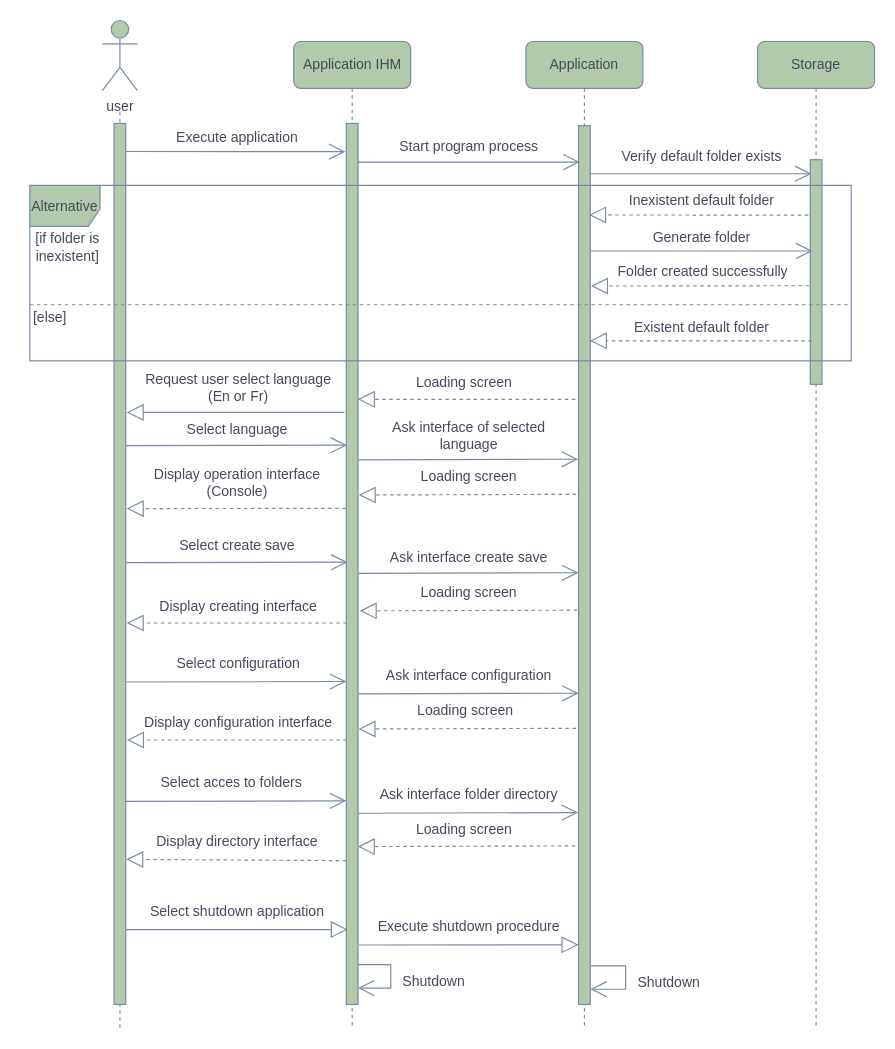
Weicheng178/UML keeps this draw.io diagram as console diagram.drawio. Above is the earlier version. Source tidied: cells renumbered, new cells numbered last; positions are measured from the earlier drawing's top-left corner, leaving out a move shared by most shapes. Both pictures are drawn from the tidied source at 117%, with x=0, y=0 at pixel (20, 20).
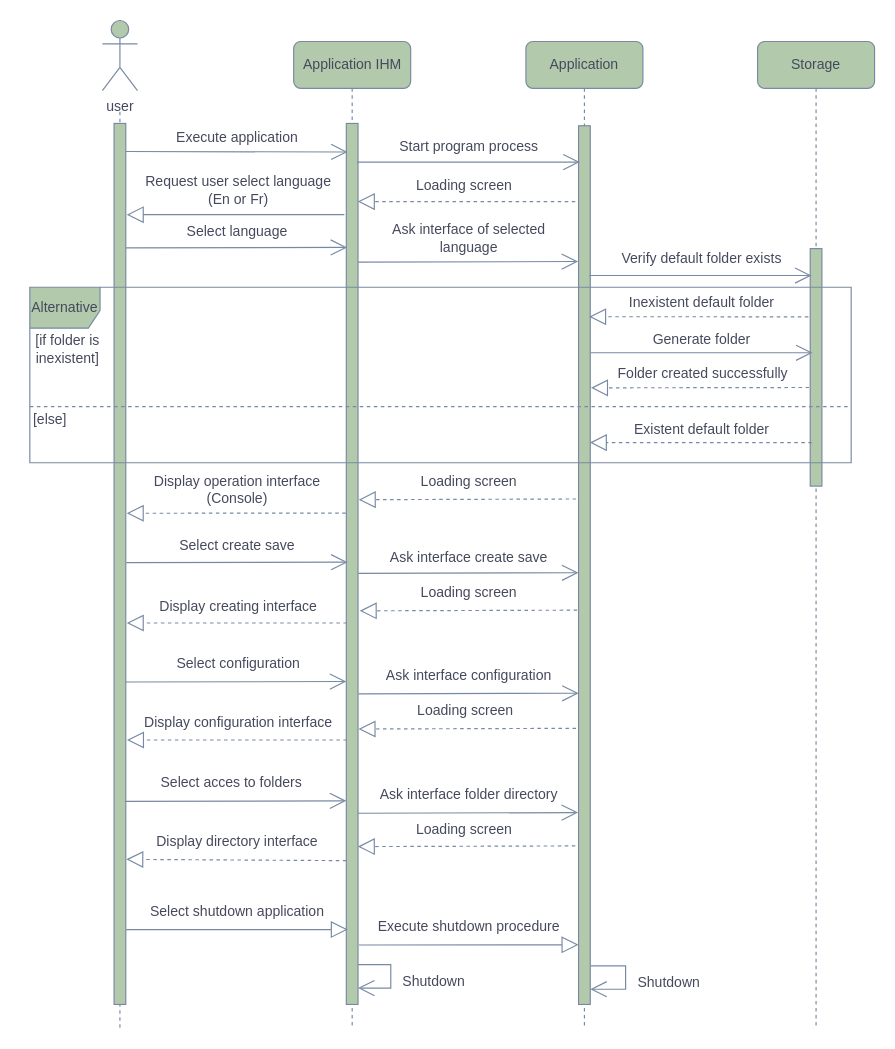
Above is the later version.

Unchanged cells that the change refers to:
```xml
<mxCell id="8" style="html=1;points=[];perimeter=orthogonalPerimeter;rounded=0;glass=0;labelBackgroundColor=none;fillStyle=auto;fillColor=#B2C9AB;strokeColor=#788AA3;fontColor=#46495D;" parent="1" vertex="1">
  <mxGeometry x="278.5" y="88" width="10" height="753" as="geometry" />
</mxCell>
```

The edit, as a diff of the source:
```diff
@@
-    <mxCell id="10" style="html=1;perimeter=orthogonalPerimeter;rounded=0;glass=0;labelBackgroundColor=none;fillStyle=auto;fillColor=#B2C9AB;strokeColor=#788AA3;fontColor=#46495D;" parent="1" vertex="1">
-      <mxGeometry x="675" y="119" width="10" height="192" as="geometry" />
-    </mxCell>
-    <mxCell id="11" style="endArrow=block;dashed=1;endFill=0;endSize=12;html=1;rounded=1;exitX=-0.161;exitY=0.058;exitDx=0;exitDy=0;exitPerimeter=0;strokeColor=#788AA3;fontColor=#46495D;" parent="1" edge="1">
-      <mxGeometry relative="1" as="geometry">
-        <mxPoint x="673.4" y="166.4" as="sourcePoint" />
-        <mxPoint x="486" y="166.2" as="targetPoint" />
-      </mxGeometry>
-    </mxCell>
-    <mxCell id="12" style="endArrow=block;dashed=1;endFill=0;endSize=12;html=1;rounded=1;strokeColor=#788AA3;fontColor=#46495D;" parent="1" edge="1">
-      <mxGeometry relative="1" as="geometry">
-        <mxPoint x="474.2" y="323.8" as="sourcePoint" />
-        <mxPoint x="288.3" y="323.8" as="targetPoint" />
-      </mxGeometry>
-    </mxCell>
-    <mxCell id="13" style="endArrow=open;endFill=1;endSize=12;html=1;rounded=1;targetPerimeterSpacing=-4;sourcePerimeterSpacing=3;strokeColor=#788AA3;fontColor=#46495D;" parent="1" edge="1">
-      <mxGeometry relative="1" as="geometry">
-        <mxPoint x="487" y="197" as="sourcePoint" />
-        <mxPoint x="677" y="197" as="targetPoint" />
-      </mxGeometry>
-    </mxCell>
-    <mxCell id="14" style="endArrow=block;dashed=1;endFill=0;endSize=12;html=1;rounded=1;targetPerimeterSpacing=-4;sourcePerimeterSpacing=3;strokeColor=#788AA3;fontColor=#46495D;" parent="1" edge="1">
-      <mxGeometry relative="1" as="geometry">
-        <mxPoint x="676.4" y="273.8" as="sourcePoint" />
-        <mxPoint x="486.6" y="273.8" as="targetPoint" />
-      </mxGeometry>
-    </mxCell>
-    <mxCell id="15" value="Execute application" style="text;html=1;align=center;verticalAlign=middle;strokeColor=none;fillColor=none;rounded=1;fontColor=#46495D;" parent="1" vertex="1">
-      <mxGeometry x="120" y="85" width="130" height="30" as="geometry" />
-    </mxCell>
-    <mxCell id="16" style="endArrow=open;endFill=1;endSize=12;html=1;rounded=1;entryX=-0.078;entryY=0.032;entryDx=0;entryDy=0;entryPerimeter=0;strokeColor=#788AA3;fontColor=#46495D;" parent="1" edge="1" target="8">
-      <mxGeometry relative="1" as="geometry">
-        <mxPoint x="90" y="112" as="sourcePoint" />
-      </mxGeometry>
-    </mxCell>
-    <mxCell id="17" value="Start program process" style="text;html=1;align=center;verticalAlign=middle;strokeColor=none;fillColor=none;rounded=1;fontColor=#46495D;" parent="1" vertex="1">
-      <mxGeometry x="313" y="93" width="140" height="30" as="geometry" />
-    </mxCell>
-    <mxCell id="18" style="endArrow=open;endFill=1;endSize=12;html=1;rounded=1;exitX=0.913;exitY=0.022;exitDx=0;exitDy=0;exitPerimeter=0;strokeColor=#788AA3;fontColor=#46495D;" parent="1" edge="1">
-      <mxGeometry relative="1" as="geometry">
-        <mxPoint x="287.6" y="121" as="sourcePoint" />
-        <mxPoint x="478" y="121" as="targetPoint" />
-      </mxGeometry>
-    </mxCell>
-    <mxCell id="19" style="endArrow=block;dashed=1;endFill=0;endSize=12;html=1;rounded=1;exitX=-0.125;exitY=0.144;exitDx=0;exitDy=0;exitPerimeter=0;strokeColor=#788AA3;fontColor=#46495D;" parent="1" edge="1">
-      <mxGeometry relative="1" as="geometry">
-        <mxPoint x="278" y="417" as="sourcePoint" />
-        <mxPoint x="90.8" y="417.2" as="targetPoint" />
-      </mxGeometry>
-    </mxCell>
-    <mxCell id="20" value="Verify default folder exists" style="text;html=1;align=center;verticalAlign=middle;strokeColor=none;fillColor=none;rounded=1;fontColor=#46495D;" parent="1" vertex="1">
-      <mxGeometry x="501.5" y="102" width="160" height="30" as="geometry" />
-    </mxCell>
-    <mxCell id="21" value="Alternative" style="shape=umlFrame;whiteSpace=wrap;html=1;width=60;height=35;fillColor=#B2C9AB;strokeColor=#788AA3;fontColor=#46495D;" parent="1" vertex="1">
-      <mxGeometry x="8" y="141" width="702" height="150" as="geometry" />
-    </mxCell>
-    <mxCell id="22" value="Loading screen" style="text;html=1;align=center;verticalAlign=middle;strokeColor=none;fillColor=none;rounded=1;fontColor=#46495D;" parent="1" vertex="1">
-      <mxGeometry x="324" y="295" width="110" height="30" as="geometry" />
-    </mxCell>
-    <mxCell id="23" value="[if folder is &lt;br&gt;inexistent]" style="text;html=1;align=center;verticalAlign=middle;strokeColor=none;fillColor=none;fontColor=#46495D;" parent="1" vertex="1">
-      <mxGeometry y="174" width="80" height="40" as="geometry" />
-    </mxCell>
-    <mxCell id="24" value="[else]" style="text;html=1;align=center;verticalAlign=middle;strokeColor=none;fillColor=none;fontColor=#46495D;" parent="1" vertex="1">
-      <mxGeometry y="239" width="50" height="30" as="geometry" />
-    </mxCell>
-    <mxCell id="25" value="Inexistent default folder" style="text;html=1;align=center;verticalAlign=middle;strokeColor=none;fillColor=none;rounded=1;fontColor=#46495D;" parent="1" vertex="1">
-      <mxGeometry x="507" y="139.2" width="150" height="30" as="geometry" />
-    </mxCell>
-    <mxCell id="26" style="line;strokeWidth=1;fillColor=none;align=left;verticalAlign=middle;spacingTop=-1;spacingLeft=3;spacingRight=3;labelPosition=right;dashed=1;strokeColor=#788AA3;fontColor=#46495D;" parent="1" vertex="1">
-      <mxGeometry x="8" y="239" width="700" height="8" as="geometry" />
-    </mxCell>
-    <mxCell id="27" value="Generate folder" style="text;html=1;align=center;verticalAlign=middle;strokeColor=none;fillColor=none;rounded=1;fontColor=#46495D;" parent="1" vertex="1">
-      <mxGeometry x="527.4" y="171" width="110" height="30" as="geometry" />
-    </mxCell>
-    <mxCell id="28" value="Existent default folder" style="text;html=1;align=center;verticalAlign=middle;strokeColor=none;fillColor=none;rounded=1;fontColor=#46495D;" parent="1" vertex="1">
-      <mxGeometry x="511.5" y="248" width="140" height="30" as="geometry" />
-    </mxCell>
-    <mxCell id="29" value="Display operation interface&lt;br&gt;(Console)" style="text;html=1;align=center;verticalAlign=middle;strokeColor=none;fillColor=none;rounded=1;fontColor=#46495D;" parent="1" vertex="1">
-      <mxGeometry x="100" y="375" width="170" height="40" as="geometry" />
-    </mxCell>
-    <mxCell id="30" style="endArrow=open;endFill=1;endSize=12;html=1;rounded=1;targetPerimeterSpacing=-4;sourcePerimeterSpacing=3;strokeColor=#788AA3;fontColor=#46495D;" parent="1" edge="1">
-      <mxGeometry relative="1" as="geometry">
-        <mxPoint x="486.1" y="131" as="sourcePoint" />
-        <mxPoint x="676.1" y="131" as="targetPoint" />
-      </mxGeometry>
-    </mxCell>
-    <mxCell id="31" style="endArrow=block;dashed=1;endFill=0;endSize=12;html=1;rounded=1;targetPerimeterSpacing=-4;sourcePerimeterSpacing=3;exitX=-0.099;exitY=0.603;exitDx=0;exitDy=0;exitPerimeter=0;strokeColor=#788AA3;fontColor=#46495D;" parent="1" edge="1">
-      <mxGeometry relative="1" as="geometry">
-        <mxPoint x="674" y="226.7" as="sourcePoint" />
-        <mxPoint x="487.6" y="227" as="targetPoint" />
-      </mxGeometry>
-    </mxCell>
-    <mxCell id="32" value="Folder created successfully" style="text;html=1;align=center;verticalAlign=middle;strokeColor=none;fillColor=none;rounded=1;fontColor=#46495D;" parent="1" vertex="1">
-      <mxGeometry x="497.5" y="200" width="170" height="30" as="geometry" />
-    </mxCell>
@@
+    <mxCell id="73" style="html=1;perimeter=orthogonalPerimeter;rounded=0;glass=0;labelBackgroundColor=none;fillStyle=auto;fillColor=#B2C9AB;strokeColor=#788AA3;fontColor=#46495D;" parent="1" vertex="1">
+      <mxGeometry x="675" y="195" width="10" height="203" as="geometry" />
+    </mxCell>
+    <mxCell id="74" style="endArrow=block;dashed=1;endFill=0;endSize=12;html=1;rounded=1;exitX=-0.161;exitY=0.058;exitDx=0;exitDy=0;exitPerimeter=0;strokeColor=#788AA3;fontColor=#46495D;" parent="1" edge="1">
+      <mxGeometry relative="1" as="geometry">
+        <mxPoint x="673.4" y="253.3" as="sourcePoint" />
+        <mxPoint x="486" y="253.2" as="targetPoint" />
+      </mxGeometry>
+    </mxCell>
+    <mxCell id="75" style="endArrow=block;dashed=1;endFill=0;endSize=12;html=1;rounded=1;strokeColor=#788AA3;fontColor=#46495D;" parent="1" edge="1">
+      <mxGeometry relative="1" as="geometry">
+        <mxPoint x="474.2" y="154.8" as="sourcePoint" />
+        <mxPoint x="288.3" y="154.8" as="targetPoint" />
+      </mxGeometry>
+    </mxCell>
+    <mxCell id="76" style="endArrow=open;endFill=1;endSize=12;html=1;rounded=1;targetPerimeterSpacing=-4;sourcePerimeterSpacing=3;strokeColor=#788AA3;fontColor=#46495D;" parent="1" edge="1">
+      <mxGeometry relative="1" as="geometry">
+        <mxPoint x="487" y="284" as="sourcePoint" />
+        <mxPoint x="677" y="284" as="targetPoint" />
+      </mxGeometry>
+    </mxCell>
+    <mxCell id="77" style="endArrow=block;dashed=1;endFill=0;endSize=12;html=1;rounded=1;targetPerimeterSpacing=-4;sourcePerimeterSpacing=3;strokeColor=#788AA3;fontColor=#46495D;" parent="1" edge="1">
+      <mxGeometry relative="1" as="geometry">
+        <mxPoint x="676.4" y="360.8" as="sourcePoint" />
+        <mxPoint x="486.6" y="360.8" as="targetPoint" />
+      </mxGeometry>
+    </mxCell>
+    <mxCell id="15" value="Execute application" style="text;html=1;align=center;verticalAlign=middle;strokeColor=none;fillColor=none;rounded=1;fontColor=#46495D;" parent="1" vertex="1">
+      <mxGeometry x="120" y="85" width="130" height="30" as="geometry" />
+    </mxCell>
+    <mxCell id="78" style="endArrow=open;endFill=1;endSize=12;html=1;rounded=1;entryX=0.118;entryY=0.021;entryDx=0;entryDy=0;entryPerimeter=0;strokeColor=#788AA3;fontColor=#46495D;" parent="1" edge="1">
+      <mxGeometry relative="1" as="geometry">
+        <mxPoint x="90" y="112" as="sourcePoint" />
+        <mxPoint x="279.6" y="112.4" as="targetPoint" />
+      </mxGeometry>
+    </mxCell>
+    <mxCell id="17" value="Start program process" style="text;html=1;align=center;verticalAlign=middle;strokeColor=none;fillColor=none;rounded=1;fontColor=#46495D;" parent="1" vertex="1">
+      <mxGeometry x="313" y="93" width="140" height="30" as="geometry" />
+    </mxCell>
+    <mxCell id="79" style="endArrow=open;endFill=1;endSize=12;html=1;rounded=1;exitX=0.913;exitY=0.022;exitDx=0;exitDy=0;exitPerimeter=0;strokeColor=#788AA3;fontColor=#46495D;" parent="1" edge="1">
+      <mxGeometry relative="1" as="geometry">
+        <mxPoint x="287.6" y="121" as="sourcePoint" />
+        <mxPoint x="478" y="121" as="targetPoint" />
+      </mxGeometry>
+    </mxCell>
+    <mxCell id="80" style="endArrow=block;dashed=1;endFill=0;endSize=12;html=1;rounded=1;exitX=-0.125;exitY=0.144;exitDx=0;exitDy=0;exitPerimeter=0;strokeColor=#788AA3;fontColor=#46495D;" parent="1" edge="1">
+      <mxGeometry relative="1" as="geometry">
+        <mxPoint x="278" y="421" as="sourcePoint" />
+        <mxPoint x="90.8" y="421.2" as="targetPoint" />
+      </mxGeometry>
+    </mxCell>
+    <mxCell id="20" value="Verify default folder exists" style="text;html=1;align=center;verticalAlign=middle;strokeColor=none;fillColor=none;rounded=1;fontColor=#46495D;" parent="1" vertex="1">
+      <mxGeometry x="501.5" y="189" width="160" height="30" as="geometry" />
+    </mxCell>
+    <mxCell id="21" value="Alternative" style="shape=umlFrame;whiteSpace=wrap;html=1;width=60;height=35;fillColor=#B2C9AB;strokeColor=#788AA3;fontColor=#46495D;" parent="1" vertex="1">
+      <mxGeometry x="8" y="228" width="702" height="150" as="geometry" />
+    </mxCell>
+    <mxCell id="81" value="Loading screen" style="text;html=1;align=center;verticalAlign=middle;strokeColor=none;fillColor=none;rounded=1;fontColor=#46495D;" parent="1" vertex="1">
+      <mxGeometry x="324" y="126" width="110" height="30" as="geometry" />
+    </mxCell>
+    <mxCell id="23" value="[if folder is &lt;br&gt;inexistent]" style="text;html=1;align=center;verticalAlign=middle;strokeColor=none;fillColor=none;fontColor=#46495D;" parent="1" vertex="1">
+      <mxGeometry y="261" width="80" height="40" as="geometry" />
+    </mxCell>
+    <mxCell id="24" value="[else]" style="text;html=1;align=center;verticalAlign=middle;strokeColor=none;fillColor=none;fontColor=#46495D;" parent="1" vertex="1">
+      <mxGeometry y="326" width="50" height="30" as="geometry" />
+    </mxCell>
+    <mxCell id="25" value="Inexistent default folder" style="text;html=1;align=center;verticalAlign=middle;strokeColor=none;fillColor=none;rounded=1;fontColor=#46495D;" parent="1" vertex="1">
+      <mxGeometry x="507" y="226.2" width="150" height="30" as="geometry" />
+    </mxCell>
+    <mxCell id="82" style="line;strokeWidth=1;fillColor=none;align=left;verticalAlign=middle;spacingTop=-1;spacingLeft=3;spacingRight=3;labelPosition=right;dashed=1;strokeColor=#788AA3;fontColor=#46495D;" parent="1" vertex="1">
+      <mxGeometry x="8" y="326" width="700" height="8" as="geometry" />
+    </mxCell>
+    <mxCell id="27" value="Generate folder" style="text;html=1;align=center;verticalAlign=middle;strokeColor=none;fillColor=none;rounded=1;fontColor=#46495D;" parent="1" vertex="1">
+      <mxGeometry x="527.4" y="258" width="110" height="30" as="geometry" />
+    </mxCell>
+    <mxCell id="28" value="Existent default folder" style="text;html=1;align=center;verticalAlign=middle;strokeColor=none;fillColor=none;rounded=1;fontColor=#46495D;" parent="1" vertex="1">
+      <mxGeometry x="511.5" y="335" width="140" height="30" as="geometry" />
+    </mxCell>
+    <mxCell id="29" value="Display operation interface&lt;br&gt;(Console)" style="text;html=1;align=center;verticalAlign=middle;strokeColor=none;fillColor=none;rounded=1;fontColor=#46495D;" parent="1" vertex="1">
+      <mxGeometry x="100" y="381" width="170" height="40" as="geometry" />
+    </mxCell>
+    <mxCell id="83" style="endArrow=open;endFill=1;endSize=12;html=1;rounded=1;targetPerimeterSpacing=-4;sourcePerimeterSpacing=3;strokeColor=#788AA3;fontColor=#46495D;" parent="1" edge="1">
+      <mxGeometry relative="1" as="geometry">
+        <mxPoint x="486.1" y="218" as="sourcePoint" />
+        <mxPoint x="676.1" y="218" as="targetPoint" />
+      </mxGeometry>
+    </mxCell>
+    <mxCell id="84" style="endArrow=block;dashed=1;endFill=0;endSize=12;html=1;rounded=1;targetPerimeterSpacing=-4;sourcePerimeterSpacing=3;exitX=-0.099;exitY=0.603;exitDx=0;exitDy=0;exitPerimeter=0;strokeColor=#788AA3;fontColor=#46495D;" parent="1" edge="1">
+      <mxGeometry relative="1" as="geometry">
+        <mxPoint x="674" y="313.7" as="sourcePoint" />
+        <mxPoint x="487.6" y="314" as="targetPoint" />
+      </mxGeometry>
+    </mxCell>
+    <mxCell id="32" value="Folder created successfully" style="text;html=1;align=center;verticalAlign=middle;strokeColor=none;fillColor=none;rounded=1;fontColor=#46495D;" parent="1" vertex="1">
+      <mxGeometry x="497.5" y="287" width="170" height="30" as="geometry" />
+    </mxCell>
     <mxCell id="65" value="Request user select language&lt;br&gt;(En or Fr)" style="text;html=1;align=center;verticalAlign=middle;strokeColor=none;fillColor=none;rounded=1;fontColor=#46495D;" parent="1" vertex="1">
-      <mxGeometry x="95.8" y="294" width="180" height="40" as="geometry" />
+      <mxGeometry x="95.8" y="125" width="180" height="40" as="geometry" />
     </mxCell>
-    <mxCell id="66" style="endArrow=block;endFill=0;endSize=12;html=1;rounded=1;strokeColor=#788AA3;fontColor=#46495D;" parent="1" edge="1">
-      <mxGeometry relative="1" as="geometry">
-        <mxPoint x="276.8" y="335" as="sourcePoint" />
-        <mxPoint x="90.8" y="335" as="targetPoint" />
-      </mxGeometry>
-    </mxCell>
+    <mxCell id="85" style="endArrow=block;endFill=0;endSize=12;html=1;rounded=1;strokeColor=#788AA3;fontColor=#46495D;" parent="1" edge="1">
+      <mxGeometry relative="1" as="geometry">
+        <mxPoint x="276.8" y="166" as="sourcePoint" />
+        <mxPoint x="90.8" y="166" as="targetPoint" />
+      </mxGeometry>
+    </mxCell>
     <mxCell id="67" value="Select language" style="text;html=1;align=center;verticalAlign=middle;strokeColor=none;fillColor=none;rounded=1;fontColor=#46495D;" parent="1" vertex="1">
-      <mxGeometry x="130" y="335" width="110" height="30" as="geometry" />
+      <mxGeometry x="130" y="166" width="110" height="30" as="geometry" />
     </mxCell>
-    <mxCell id="68" style="endArrow=open;endFill=1;endSize=12;html=1;rounded=1;entryX=0.071;entryY=0.165;entryDx=0;entryDy=0;entryPerimeter=0;strokeColor=#788AA3;fontColor=#46495D;" parent="1" edge="1">
-      <mxGeometry relative="1" as="geometry">
-        <mxPoint x="90" y="363.4" as="sourcePoint" />
-        <mxPoint x="279.2" y="363" as="targetPoint" />
-      </mxGeometry>
-    </mxCell>
-    <mxCell id="69" value="Loading screen" style="text;html=1;align=center;verticalAlign=middle;strokeColor=none;fillColor=none;rounded=1;fontColor=#46495D;" parent="1" vertex="1">
-      <mxGeometry x="327.8" y="375" width="110" height="30" as="geometry" />
-    </mxCell>
-    <mxCell id="70" style="endArrow=block;dashed=1;endFill=0;endSize=12;html=1;rounded=1;exitX=-0.211;exitY=0.186;exitDx=0;exitDy=0;exitPerimeter=0;strokeColor=#788AA3;fontColor=#46495D;" parent="1" edge="1">
-      <mxGeometry relative="1" as="geometry">
-        <mxPoint x="474.9" y="405" as="sourcePoint" />
-        <mxPoint x="289.1" y="405.6" as="targetPoint" />
-      </mxGeometry>
-    </mxCell>
-    <mxCell id="71" style="endArrow=open;endFill=1;endSize=12;html=1;rounded=1;entryX=-0.083;entryY=0.173;entryDx=0;entryDy=0;entryPerimeter=0;strokeColor=#788AA3;fontColor=#46495D;" parent="1" edge="1">
-      <mxGeometry relative="1" as="geometry">
-        <mxPoint x="288.5" y="375.6" as="sourcePoint" />
-        <mxPoint x="476.6" y="375" as="targetPoint" />
-      </mxGeometry>
-    </mxCell>
+    <mxCell id="86" style="endArrow=open;endFill=1;endSize=12;html=1;rounded=1;entryX=0.071;entryY=0.165;entryDx=0;entryDy=0;entryPerimeter=0;strokeColor=#788AA3;fontColor=#46495D;" parent="1" edge="1">
+      <mxGeometry relative="1" as="geometry">
+        <mxPoint x="90" y="194.4" as="sourcePoint" />
+        <mxPoint x="279.2" y="194" as="targetPoint" />
+      </mxGeometry>
+    </mxCell>
+    <mxCell id="87" value="Loading screen" style="text;html=1;align=center;verticalAlign=middle;strokeColor=none;fillColor=none;rounded=1;fontColor=#46495D;" parent="1" vertex="1">
+      <mxGeometry x="327.8" y="379" width="110" height="30" as="geometry" />
+    </mxCell>
+    <mxCell id="88" style="endArrow=block;dashed=1;endFill=0;endSize=12;html=1;rounded=1;exitX=-0.211;exitY=0.186;exitDx=0;exitDy=0;exitPerimeter=0;strokeColor=#788AA3;fontColor=#46495D;" parent="1" edge="1">
+      <mxGeometry relative="1" as="geometry">
+        <mxPoint x="474.9" y="409" as="sourcePoint" />
+        <mxPoint x="289.1" y="409.6" as="targetPoint" />
+      </mxGeometry>
+    </mxCell>
+    <mxCell id="89" style="endArrow=open;endFill=1;endSize=12;html=1;rounded=1;entryX=-0.083;entryY=0.173;entryDx=0;entryDy=0;entryPerimeter=0;strokeColor=#788AA3;fontColor=#46495D;" parent="1" edge="1">
+      <mxGeometry relative="1" as="geometry">
+        <mxPoint x="288.5" y="206.6" as="sourcePoint" />
+        <mxPoint x="476.6" y="206" as="targetPoint" />
+      </mxGeometry>
+    </mxCell>
     <mxCell id="72" value="Ask interface of selected &lt;br&gt;language" style="text;html=1;align=center;verticalAlign=middle;strokeColor=none;fillColor=none;rounded=1;fontColor=#46495D;" parent="1" vertex="1">
-      <mxGeometry x="307.8" y="335" width="150" height="40" as="geometry" />
+      <mxGeometry x="307.8" y="166" width="150" height="40" as="geometry" />
     </mxCell>
```
